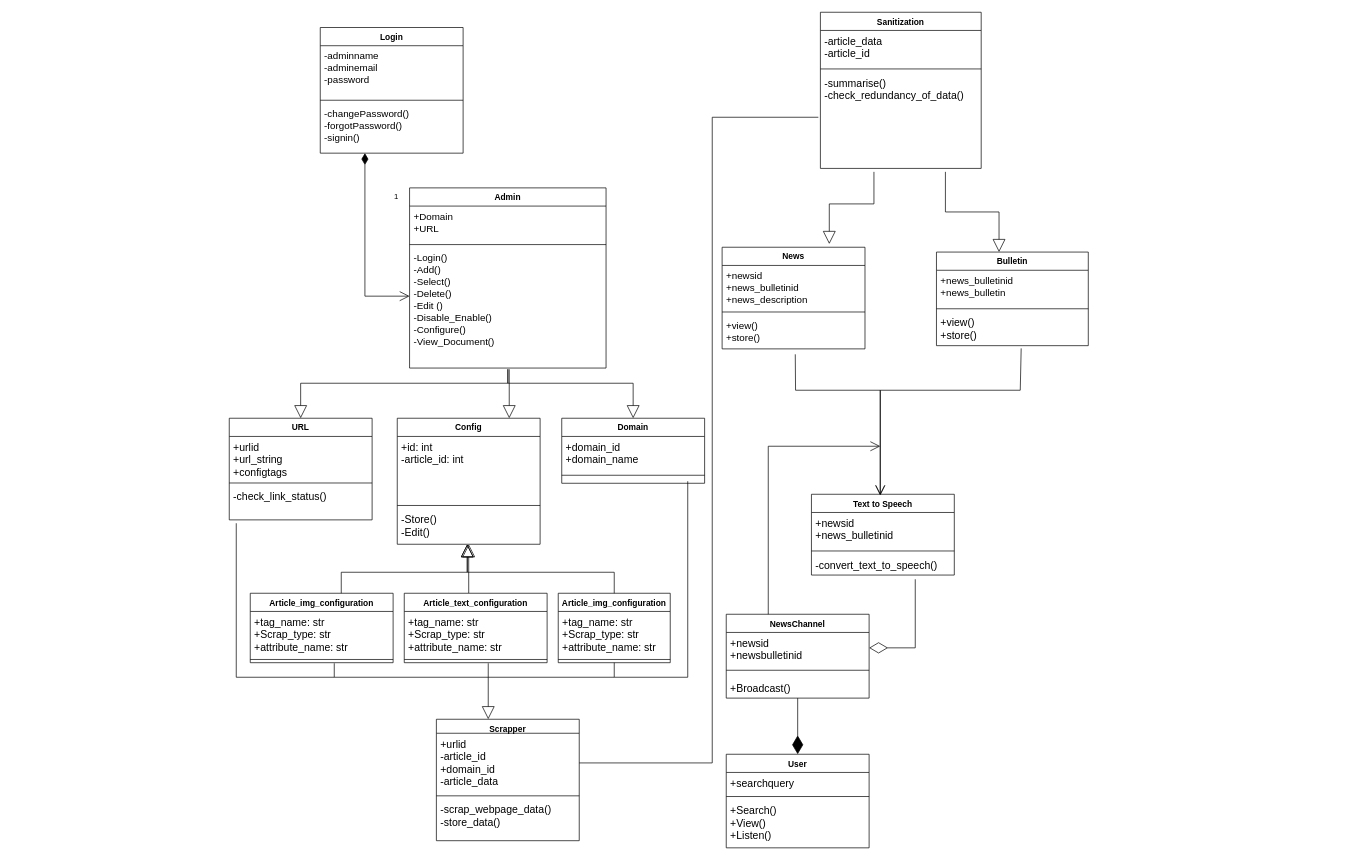
Before: page "Page-1" (1 of 2) of Documents/Diagrams/class diagram .drawio in yusrraa/AutomatedNewsAgency, a draw.io diagram. Source tidied: cells renumbered, new cells numbered last; positions are measured from the earlier drawing's top-left corner, leaving out a move shared by most shapes. Both pictures are drawn from the tidied source at 70%, with x=0, y=0 at pixel (229, 12).
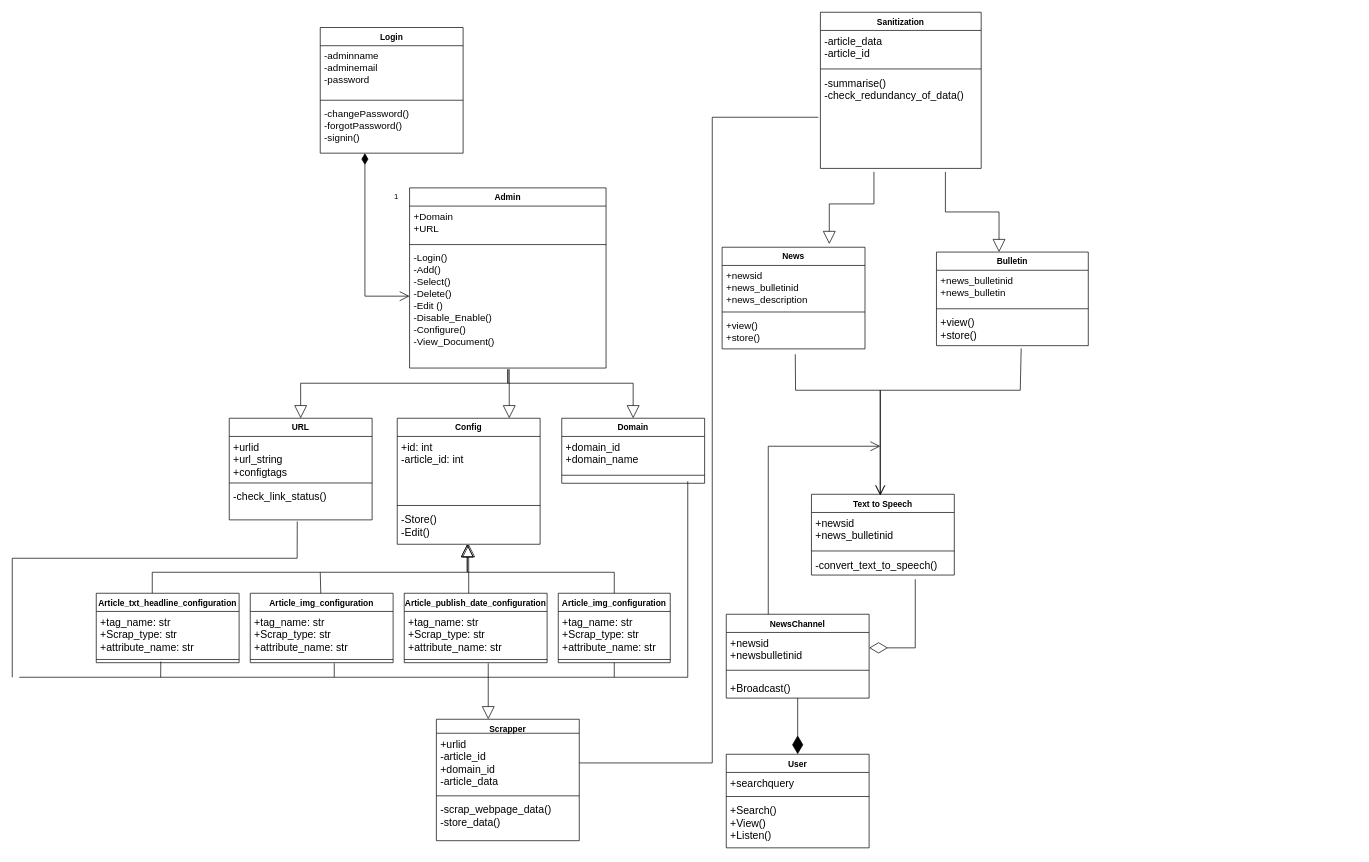
The same page after the edit.

The change refers to these unchanged cells:
```xml
<mxCell id="2" style="group;" parent="1" vertex="1">
  <mxGeometry x="130" width="1480" height="1193.7" as="geometry" />
</mxCell>
<mxCell id="14" value="-check_link_status()" style="text;strokeColor=none;fillColor=none;align=left;verticalAlign=top;spacingLeft=4;spacingRight=4;overflow=hidden;points=[[0,0.5],[1,0.5]];portConstraint=eastwest;fontSize=15;" parent="11" vertex="1">
  <mxGeometry y="97" width="204.1" height="48.1" as="geometry" />
</mxCell>
<mxCell id="67" value="Article_img_configuration" style="swimlane;fontStyle=1;align=center;verticalAlign=top;horizontal=1;startSize=26;" parent="2" vertex="1">
  <mxGeometry x="-100" y="830" width="204.1" height="99.2" as="geometry" />
</mxCell>
```

Change to the diagram source:
```diff
@@
-    <mxCell id="70" value="Article_text_configuration" style="swimlane;fontStyle=1;align=center;verticalAlign=top;horizontal=1;startSize=26;" parent="2" vertex="1">
+    <mxCell id="70" value="Article_publish_date_configuration" style="swimlane;fontStyle=1;align=center;verticalAlign=top;horizontal=1;startSize=26;" parent="2" vertex="1">
       <mxGeometry x="120" y="830" width="204.1" height="99.2" as="geometry" />
     </mxCell>
@@
     <mxCell id="78" style="endArrow=block;endSize=16;endFill=0;html=1;rounded=0;" parent="1" edge="1">
       <mxGeometry x="0.26" y="-16" relative="1" as="geometry">
-        <mxPoint x="160" y="830" as="sourcePoint" />
+        <mxPoint x="-110" y="830" as="sourcePoint" />
         <mxPoint x="340" y="760" as="targetPoint" />
         <Array as="points">
-          <mxPoint x="160" y="800" />
+          <mxPoint x="-110" y="800" />
           <mxPoint x="340" y="800" />
         </Array>
       </mxGeometry>
     </mxCell>
     <mxCell id="79" style="endArrow=none;html=1;rounded=0;fontSize=15;" parent="1" edge="1">
       <mxGeometry relative="1" as="geometry">
         <mxPoint x="150" y="950" as="sourcePoint" />
-        <mxPoint x="10" y="730" as="targetPoint" />
+        <mxPoint x="-300" y="950" as="targetPoint" />
         <Array as="points">
           <mxPoint x="10" y="950" />
         </Array>
       </mxGeometry>
     </mxCell>
+    <mxCell id="80" value="Article_txt_headline_configuration" style="swimlane;fontStyle=1;align=center;verticalAlign=top;horizontal=1;startSize=26;" parent="1" vertex="1">
+      <mxGeometry x="-190" y="830" width="204.1" height="99.2" as="geometry" />
+    </mxCell>
+    <mxCell id="81" value="+tag_name: str&#10;+Scrap_type: str&#10;+attribute_name: str" style="text;strokeColor=none;fillColor=none;align=left;verticalAlign=top;spacingLeft=4;spacingRight=4;overflow=hidden;fontSize=15;" parent="80" vertex="1">
+      <mxGeometry y="26" width="204.1" height="64" as="geometry" />
+    </mxCell>
+    <mxCell id="82" style="line;strokeWidth=1;fillColor=none;align=left;verticalAlign=middle;spacingTop=-1;spacingLeft=3;spacingRight=3;labelPosition=right;points=[];portConstraint=eastwest;" parent="80" vertex="1">
+      <mxGeometry y="90" width="204.1" height="9.2" as="geometry" />
+    </mxCell>
+    <mxCell id="83" style="endArrow=none;html=1;rounded=0;" parent="1" edge="1" source="67">
+      <mxGeometry relative="1" as="geometry">
+        <mxPoint x="130" y="800" as="targetPoint" />
+      </mxGeometry>
+    </mxCell>
+    <mxCell id="84" style="endArrow=none;html=1;rounded=0;entryX=0.452;entryY=0.82;entryDx=0;entryDy=0;entryPerimeter=0;" parent="1" edge="1" target="82">
+      <mxGeometry relative="1" as="geometry">
+        <mxPoint x="-98" y="950" as="sourcePoint" />
+      </mxGeometry>
+    </mxCell>
+    <mxCell id="85" style="endArrow=none;html=1;rounded=0;entryX=0.476;entryY=1.049;entryDx=0;entryDy=0;entryPerimeter=0;" parent="1" edge="1" target="14">
+      <mxGeometry relative="1" as="geometry">
+        <mxPoint x="-310" y="950" as="sourcePoint" />
+        <Array as="points">
+          <mxPoint x="-310" y="780" />
+          <mxPoint x="97" y="780" />
+        </Array>
+      </mxGeometry>
+    </mxCell>
```
